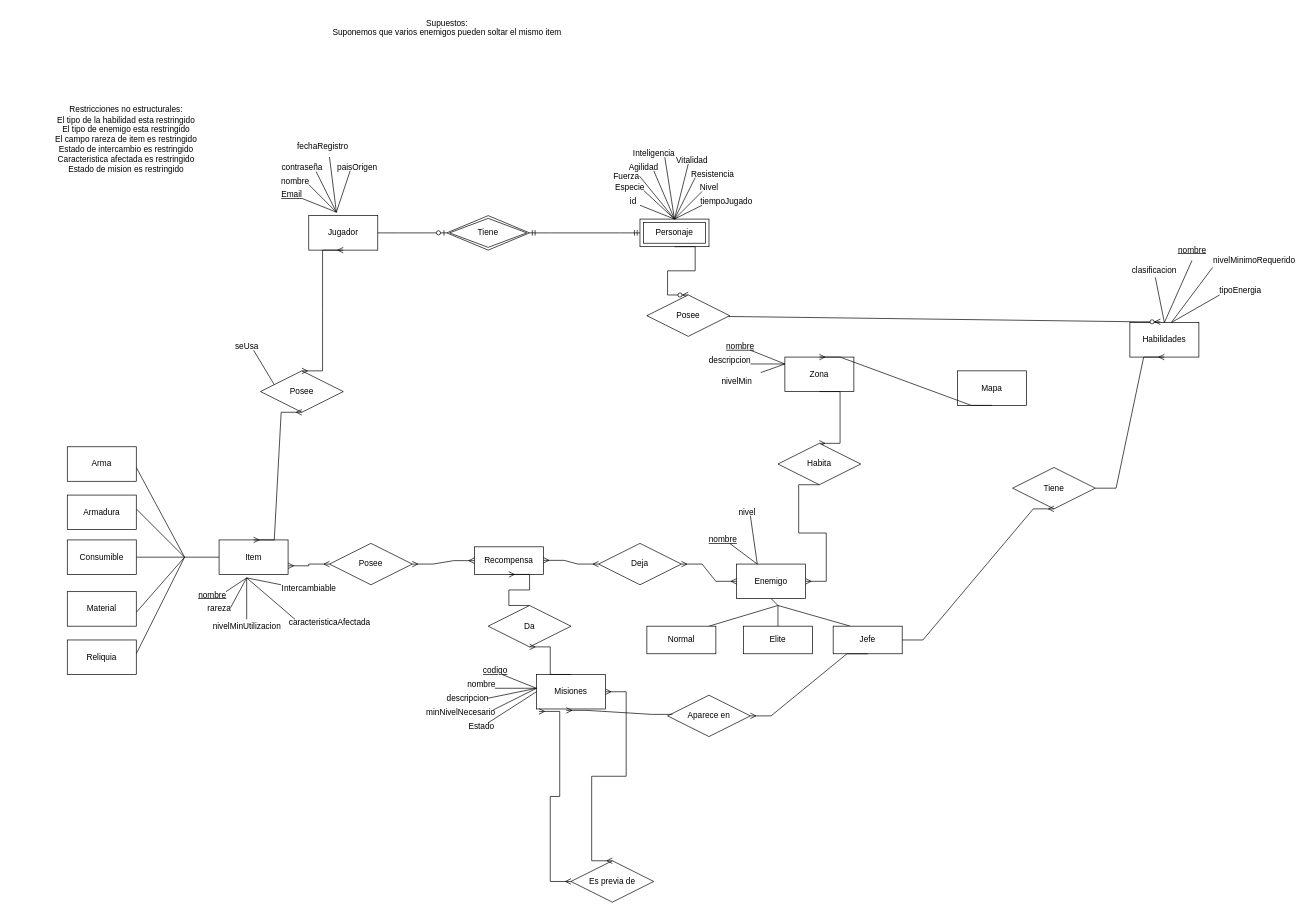
The draw.io diagram Parte1.drawio in MartinAlonsoo/Obligatorio1BD2, before the edit. Source tidied: cells renumbered, new cells numbered last; positions are measured from the earlier drawing's top-left corner, leaving out a move shared by most shapes. Both pictures are drawn from the tidied source at 69%, with x=0, y=0 at pixel (46, 12).
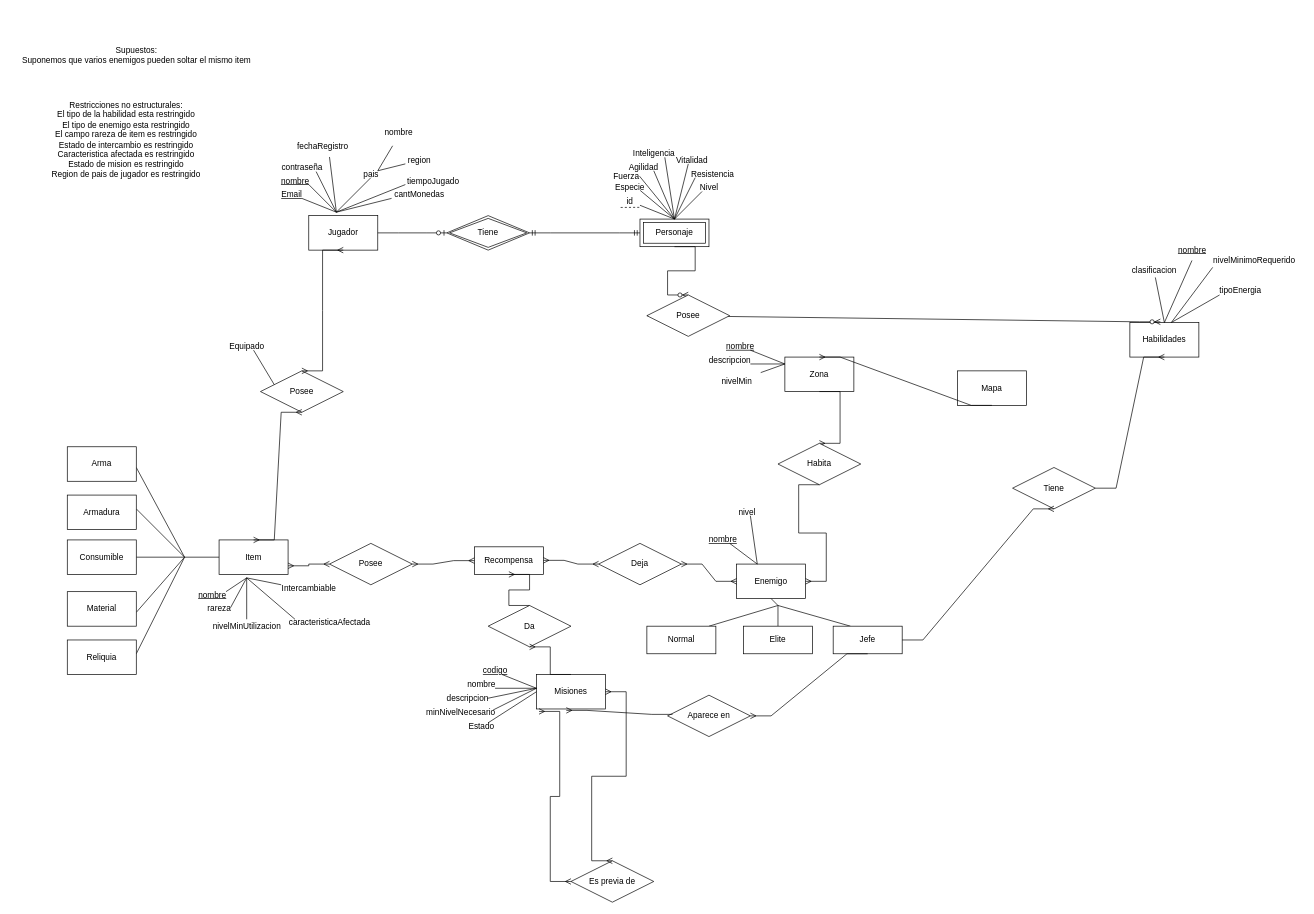
Above is the later version.

Commit message:
Cambios en el MER

The change refers to these unchanged cells:
```xml
<mxCell id="6" value="Personaje" style="shape=ext;margin=3;double=1;whiteSpace=wrap;html=1;align=center;" parent="1" vertex="1">
  <mxGeometry x="860" y="300" width="100" height="40" as="geometry" />
</mxCell>
```

Diff of the diagram source:
```diff
@@
-    <mxCell id="12" value="Restricciones no estructurales:&lt;br&gt;El tipo de la habilidad esta restringido&lt;br&gt;El tipo de enemigo esta restringido&lt;br&gt;El campo rareza de item es restringido&lt;br&gt;Estado de intercambio es restringido&lt;div&gt;Caracteristica afectada es restringido&lt;br&gt;&lt;div&gt;Estado de mision es restringido&lt;/div&gt;&lt;/div&gt;" style="text;html=1;align=center;verticalAlign=middle;strokeColor=none;fillColor=none;" parent="1" vertex="1">
-      <mxGeometry y="130" width="230" height="110" as="geometry" />
+    <mxCell id="12" value="Restricciones no estructurales:&lt;br&gt;El tipo de la habilidad esta restringido&lt;br&gt;El tipo de enemigo esta restringido&lt;br&gt;El campo rareza de item es restringido&lt;br&gt;Estado de intercambio es restringido&lt;div&gt;Caracteristica afectada es restringido&lt;br&gt;&lt;div&gt;Estado de mision es restringido&lt;/div&gt;&lt;/div&gt;&lt;div&gt;Region de pais de jugador es restringido&lt;/div&gt;" style="text;html=1;align=center;verticalAlign=middle;strokeColor=none;fillColor=none;" parent="1" vertex="1">
+      <mxGeometry x="-5" y="120" width="240" height="130" as="geometry" />
     </mxCell>
@@
     <mxCell id="14" value="Supuestos:&lt;br&gt;Suponemos que varios enemigos pueden soltar el mismo item&lt;div&gt;&lt;br&gt;&lt;/div&gt;" style="text;html=1;align=center;verticalAlign=middle;strokeColor=none;fillColor=none;" parent="1" vertex="1">
-      <mxGeometry x="400" width="360" height="60" as="geometry" />
+      <mxGeometry x="-50" y="40" width="360" height="60" as="geometry" />
     </mxCell>
@@
-    <mxCell id="61" value="nombre" style="text;html=1;align=center;verticalAlign=middle;points=[];strokeColor=none;fillColor=none;" parent="1" vertex="1">
+    <mxCell id="61" value="&lt;u&gt;nombre&lt;/u&gt;" style="text;html=1;align=center;verticalAlign=middle;points=[];strokeColor=none;fillColor=none;" parent="1" vertex="1">
       <mxGeometry x="330" y="230" width="60" height="30" as="geometry" />
     </mxCell>
@@
-    <mxCell id="65" value="paisOrigen" style="text;html=1;align=center;verticalAlign=middle;strokeColor=none;fillColor=none;" parent="1" vertex="1">
-      <mxGeometry x="410" y="210" width="80" height="30" as="geometry" />
-    </mxCell>
-    <mxCell id="66" style="endArrow=none;html=1;rounded=0;" parent="1" edge="1">
-      <mxGeometry relative="1" as="geometry">
-        <mxPoint x="420" y="290" as="sourcePoint" />
-        <mxPoint x="440" y="230" as="targetPoint" />
-        <Array as="points">
-          <mxPoint x="420" y="290" />
-        </Array>
-      </mxGeometry>
-    </mxCell>
@@
     <mxCell id="68" value="id" style="text;html=1;align=center;verticalAlign=middle;points=[];strokeColor=none;fillColor=none;" parent="1" vertex="1">
-      <mxGeometry x="835" y="260" width="30" height="30" as="geometry" />
+      <mxGeometry x="830" y="260" width="30" height="30" as="geometry" />
     </mxCell>
@@
-    <mxCell id="79" style="endArrow=none;html=1;rounded=0;exitX=0.5;exitY=0;exitDx=0;exitDy=0;" parent="1" edge="1" source="6">
-      <mxGeometry relative="1" as="geometry">
-        <mxPoint x="950" y="280" as="targetPoint" />
-      </mxGeometry>
-    </mxCell>
     <mxCell id="80" value="tiempoJugado" style="text;html=1;align=center;verticalAlign=middle;strokeColor=none;fillColor=none;" parent="1" vertex="1">
-      <mxGeometry x="935" y="260" width="100" height="30" as="geometry" />
+      <mxGeometry x="510" y="230" width="100" height="30" as="geometry" />
     </mxCell>
@@
-    <mxCell id="111" value="seUsa" style="text;html=1;align=center;verticalAlign=middle;strokeColor=none;fillColor=none;" parent="1" vertex="1">
-      <mxGeometry x="260" y="470" width="60" height="30" as="geometry" />
+    <mxCell id="111" value="Equipado" style="text;html=1;align=center;verticalAlign=middle;strokeColor=none;fillColor=none;" parent="1" vertex="1">
+      <mxGeometry x="255" y="470" width="70" height="30" as="geometry" />
     </mxCell>
@@
+    <mxCell id="116" value="nombre" style="text;html=1;align=center;verticalAlign=middle;points=[];strokeColor=none;fillColor=none;" parent="1" vertex="1">
+      <mxGeometry x="480" y="160" width="60" height="30" as="geometry" />
+    </mxCell>
+    <mxCell id="117" value="region" style="text;html=1;align=center;verticalAlign=middle;strokeColor=none;fillColor=none;" parent="1" vertex="1">
+      <mxGeometry x="510" y="200" width="60" height="30" as="geometry" />
+    </mxCell>
+    <mxCell id="118" style="endArrow=none;dashed=1;html=1;rounded=0;exitX=0.067;exitY=0.772;exitDx=0;exitDy=0;exitPerimeter=0;" parent="1" edge="1" source="68">
+      <mxGeometry relative="1" as="geometry">
+        <mxPoint x="860" y="283" as="targetPoint" />
+      </mxGeometry>
+    </mxCell>
+    <mxCell id="119" style="endArrow=none;html=1;rounded=0;" parent="1" edge="1">
+      <mxGeometry relative="1" as="geometry">
+        <mxPoint x="420" y="290" as="sourcePoint" />
+        <mxPoint x="470" y="240" as="targetPoint" />
+      </mxGeometry>
+    </mxCell>
+    <mxCell id="120" value="pais" style="text;html=1;align=center;verticalAlign=middle;strokeColor=none;fillColor=none;" parent="1" vertex="1">
+      <mxGeometry x="445" y="220" width="50" height="30" as="geometry" />
+    </mxCell>
+    <mxCell id="121" style="endArrow=none;html=1;rounded=0;entryX=0.359;entryY=1.126;entryDx=0;entryDy=0;entryPerimeter=0;" parent="1" edge="1" target="116">
+      <mxGeometry relative="1" as="geometry">
+        <mxPoint x="520" y="220" as="sourcePoint" />
+        <Array as="points">
+          <mxPoint x="480" y="230" />
+        </Array>
+      </mxGeometry>
+    </mxCell>
+    <mxCell id="122" style="endArrow=none;html=1;rounded=0;" parent="1" edge="1">
+      <mxGeometry relative="1" as="geometry">
+        <mxPoint x="520" y="250" as="sourcePoint" />
+        <mxPoint x="500" y="270" as="targetPoint" />
+        <Array as="points">
+          <mxPoint x="420" y="290" />
+        </Array>
+      </mxGeometry>
+    </mxCell>
+    <mxCell id="123" value="cantMonedas" style="text;html=1;align=center;verticalAlign=middle;strokeColor=none;fillColor=none;" parent="1" vertex="1">
+      <mxGeometry x="490" y="250" width="100" height="30" as="geometry" />
+    </mxCell>
```
